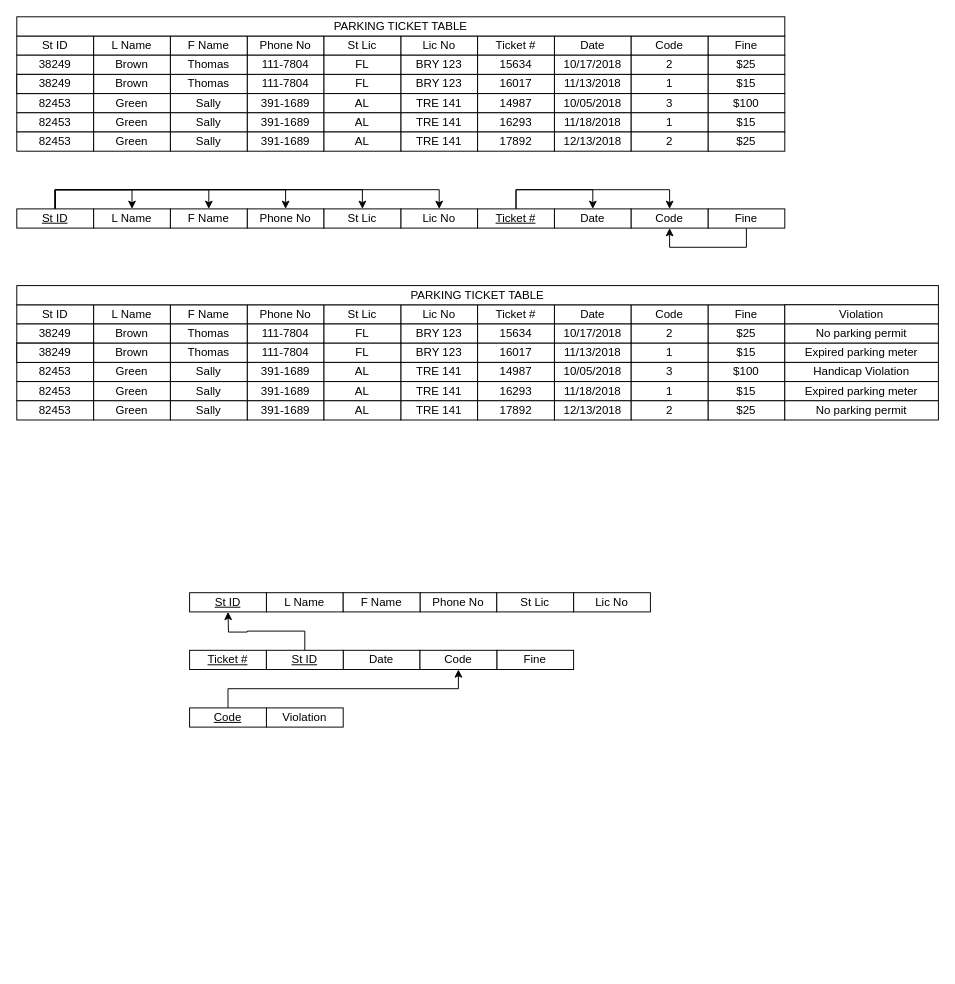
Above: homework3.drawio in ngimpWT/CIDM3350 (draw.io), before the change. Source tidied: cells renumbered, new cells numbered last; positions are measured from the earlier drawing's top-left corner, leaving out a move shared by most shapes. Both pictures are drawn from the tidied source at 96%, with x=0, y=0 at pixel (16, 16).
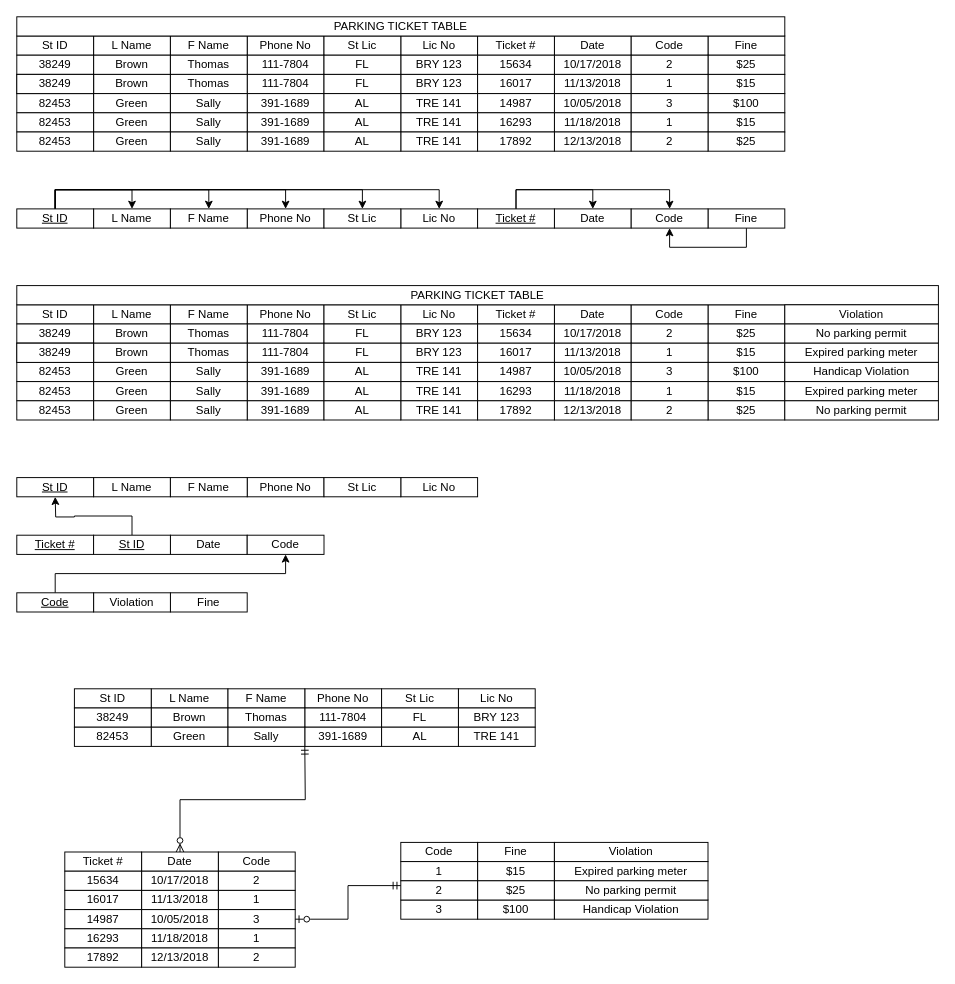
Above is the later version.

What changed in the source:
```diff
@@
     <mxCell id="82" value="L Name" style="rounded=0;whiteSpace=wrap;html=1;" parent="1" vertex="1">
-      <mxGeometry x="260" y="599.9" width="80" height="20" as="geometry" />
+      <mxGeometry x="80" y="480" width="80" height="20" as="geometry" />
     </mxCell>
     <mxCell id="83" value="&lt;u&gt;St ID&lt;/u&gt;" style="rounded=0;whiteSpace=wrap;html=1;" parent="1" vertex="1">
-      <mxGeometry x="180" y="599.9" width="80" height="20" as="geometry" />
+      <mxGeometry y="480" width="80" height="20" as="geometry" />
     </mxCell>
     <mxCell id="84" value="Phone No" style="rounded=0;whiteSpace=wrap;html=1;" parent="1" vertex="1">
-      <mxGeometry x="420" y="599.9" width="80" height="20" as="geometry" />
+      <mxGeometry x="240" y="480" width="80" height="20" as="geometry" />
     </mxCell>
     <mxCell id="85" value="F Name" style="rounded=0;whiteSpace=wrap;html=1;" parent="1" vertex="1">
-      <mxGeometry x="340" y="599.9" width="80" height="20" as="geometry" />
+      <mxGeometry x="160" y="480" width="80" height="20" as="geometry" />
     </mxCell>
     <mxCell id="86" value="Lic No" style="rounded=0;whiteSpace=wrap;html=1;" parent="1" vertex="1">
-      <mxGeometry x="580" y="599.9" width="80" height="20" as="geometry" />
+      <mxGeometry x="400" y="480" width="80" height="20" as="geometry" />
     </mxCell>
     <mxCell id="87" value="St Lic" style="rounded=0;whiteSpace=wrap;html=1;" parent="1" vertex="1">
-      <mxGeometry x="500" y="599.9" width="80" height="20" as="geometry" />
+      <mxGeometry x="320" y="480" width="80" height="20" as="geometry" />
     </mxCell>
     <mxCell id="88" value="Date" style="rounded=0;whiteSpace=wrap;html=1;" parent="1" vertex="1">
-      <mxGeometry x="340" y="659.9" width="80" height="20" as="geometry" />
+      <mxGeometry x="160" y="540" width="80" height="20" as="geometry" />
     </mxCell>
     <mxCell id="89" value="&lt;u&gt;Ticket #&lt;/u&gt;" style="rounded=0;whiteSpace=wrap;html=1;" parent="1" vertex="1">
-      <mxGeometry x="180" y="659.9" width="80" height="20" as="geometry" />
+      <mxGeometry y="540" width="80" height="20" as="geometry" />
     </mxCell>
     <mxCell id="90" value="Fine" style="rounded=0;whiteSpace=wrap;html=1;" parent="1" vertex="1">
-      <mxGeometry x="500" y="659.9" width="80" height="20" as="geometry" />
+      <mxGeometry x="160" y="600" width="80" height="20" as="geometry" />
     </mxCell>
     <mxCell id="91" value="Code" style="rounded=0;whiteSpace=wrap;html=1;" parent="1" vertex="1">
-      <mxGeometry x="420" y="659.9" width="80" height="20" as="geometry" />
+      <mxGeometry x="240" y="540" width="80" height="20" as="geometry" />
     </mxCell>
     <mxCell id="92" value="Violation" style="rounded=0;whiteSpace=wrap;html=1;" parent="1" vertex="1">
-      <mxGeometry x="260" y="719.9" width="80" height="20" as="geometry" />
+      <mxGeometry x="80" y="600" width="80" height="20" as="geometry" />
     </mxCell>
@@
     <mxCell id="94" value="&lt;u&gt;Code&lt;/u&gt;" style="rounded=0;whiteSpace=wrap;html=1;" parent="1" vertex="1">
-      <mxGeometry x="180" y="719.9" width="80" height="20" as="geometry" />
+      <mxGeometry y="600" width="80" height="20" as="geometry" />
     </mxCell>
     <mxCell id="95" style="edgeStyle=orthogonalEdgeStyle;rounded=0;jettySize=auto;html=1;exitX=0.5;exitY=0;exitDx=0;exitDy=0;" parent="1" edge="1" source="96">
       <mxGeometry relative="1" as="geometry">
-        <mxPoint x="220" y="619.9" as="targetPoint" />
+        <mxPoint x="40" y="500" as="targetPoint" />
       </mxGeometry>
     </mxCell>
     <mxCell id="96" value="&lt;u&gt;St ID&lt;/u&gt;" style="rounded=0;whiteSpace=wrap;html=1;" parent="1" vertex="1">
-      <mxGeometry x="260" y="659.9" width="80" height="20" as="geometry" />
+      <mxGeometry x="80" y="540" width="80" height="20" as="geometry" />
     </mxCell>
@@
+    <mxCell id="165" style="group;" parent="1" vertex="1">
+      <mxGeometry x="50" y="870" width="240" height="120" as="geometry" />
+    </mxCell>
+    <mxCell id="166" value="Date" style="rounded=0;whiteSpace=wrap;html=1;" parent="165" vertex="1">
+      <mxGeometry x="80" width="80" height="20" as="geometry" />
+    </mxCell>
+    <mxCell id="167" value="Ticket #" style="rounded=0;whiteSpace=wrap;html=1;" parent="165" vertex="1">
+      <mxGeometry width="80" height="20" as="geometry" />
+    </mxCell>
+    <mxCell id="168" value="Code" style="rounded=0;whiteSpace=wrap;html=1;" parent="165" vertex="1">
+      <mxGeometry x="160" width="80" height="20" as="geometry" />
+    </mxCell>
+    <mxCell id="169" value="10/17/2018" style="rounded=0;whiteSpace=wrap;html=1;" parent="165" vertex="1">
+      <mxGeometry x="80" y="20" width="80" height="20" as="geometry" />
+    </mxCell>
+    <mxCell id="170" value="15634" style="rounded=0;whiteSpace=wrap;html=1;" parent="165" vertex="1">
+      <mxGeometry y="20" width="80" height="20" as="geometry" />
+    </mxCell>
+    <mxCell id="171" value="2" style="rounded=0;whiteSpace=wrap;html=1;" parent="165" vertex="1">
+      <mxGeometry x="160" y="20" width="80" height="20" as="geometry" />
+    </mxCell>
+    <mxCell id="172" value="11/13/2018" style="rounded=0;whiteSpace=wrap;html=1;" parent="165" vertex="1">
+      <mxGeometry x="80" y="40" width="80" height="20" as="geometry" />
+    </mxCell>
+    <mxCell id="173" value="16017" style="rounded=0;whiteSpace=wrap;html=1;" parent="165" vertex="1">
+      <mxGeometry y="40" width="80" height="20" as="geometry" />
+    </mxCell>
+    <mxCell id="174" value="1" style="rounded=0;whiteSpace=wrap;html=1;" parent="165" vertex="1">
+      <mxGeometry x="160" y="40" width="80" height="20" as="geometry" />
+    </mxCell>
+    <mxCell id="175" value="10/05/2018" style="rounded=0;whiteSpace=wrap;html=1;" parent="165" vertex="1">
+      <mxGeometry x="80" y="60" width="80" height="20" as="geometry" />
+    </mxCell>
+    <mxCell id="176" value="14987" style="rounded=0;whiteSpace=wrap;html=1;" parent="165" vertex="1">
+      <mxGeometry y="60" width="80" height="20" as="geometry" />
+    </mxCell>
+    <mxCell id="177" value="3" style="rounded=0;whiteSpace=wrap;html=1;" parent="165" vertex="1">
+      <mxGeometry x="160" y="60" width="80" height="20" as="geometry" />
+    </mxCell>
+    <mxCell id="178" value="11/18/2018" style="rounded=0;whiteSpace=wrap;html=1;" parent="165" vertex="1">
+      <mxGeometry x="80" y="80" width="80" height="20" as="geometry" />
+    </mxCell>
+    <mxCell id="179" value="16293" style="rounded=0;whiteSpace=wrap;html=1;" parent="165" vertex="1">
+      <mxGeometry y="80" width="80" height="20" as="geometry" />
+    </mxCell>
+    <mxCell id="180" value="1" style="rounded=0;whiteSpace=wrap;html=1;" parent="165" vertex="1">
+      <mxGeometry x="160" y="80" width="80" height="20" as="geometry" />
+    </mxCell>
+    <mxCell id="181" value="12/13/2018" style="rounded=0;whiteSpace=wrap;html=1;" parent="165" vertex="1">
+      <mxGeometry x="80" y="100" width="80" height="20" as="geometry" />
+    </mxCell>
+    <mxCell id="182" value="17892" style="rounded=0;whiteSpace=wrap;html=1;" parent="165" vertex="1">
+      <mxGeometry y="100" width="80" height="20" as="geometry" />
+    </mxCell>
+    <mxCell id="183" value="2" style="rounded=0;whiteSpace=wrap;html=1;" parent="165" vertex="1">
+      <mxGeometry x="160" y="100" width="80" height="20" as="geometry" />
+    </mxCell>
+    <mxCell id="184" style="group;" parent="1" vertex="1">
+      <mxGeometry x="400" y="860" width="320" height="80" as="geometry" />
+    </mxCell>
+    <mxCell id="185" value="Fine" style="rounded=0;whiteSpace=wrap;html=1;" parent="184" vertex="1">
+      <mxGeometry x="80" width="80" height="20" as="geometry" />
+    </mxCell>
+    <mxCell id="186" value="Code" style="rounded=0;whiteSpace=wrap;html=1;" parent="184" vertex="1">
+      <mxGeometry width="80" height="20" as="geometry" />
+    </mxCell>
+    <mxCell id="187" value="$15" style="rounded=0;whiteSpace=wrap;html=1;" parent="184" vertex="1">
+      <mxGeometry x="80" y="20" width="80" height="20" as="geometry" />
+    </mxCell>
+    <mxCell id="188" value="1" style="rounded=0;whiteSpace=wrap;html=1;" parent="184" vertex="1">
+      <mxGeometry y="20" width="80" height="20" as="geometry" />
+    </mxCell>
+    <mxCell id="189" value="$100" style="rounded=0;whiteSpace=wrap;html=1;" parent="184" vertex="1">
+      <mxGeometry x="80" y="60" width="80" height="20" as="geometry" />
+    </mxCell>
+    <mxCell id="190" value="3" style="rounded=0;whiteSpace=wrap;html=1;" parent="184" vertex="1">
+      <mxGeometry y="60" width="80" height="20" as="geometry" />
+    </mxCell>
+    <mxCell id="191" value="$25" style="rounded=0;whiteSpace=wrap;html=1;" parent="184" vertex="1">
+      <mxGeometry x="80" y="40" width="80" height="20" as="geometry" />
+    </mxCell>
+    <mxCell id="192" value="2" style="rounded=0;whiteSpace=wrap;html=1;" parent="184" vertex="1">
+      <mxGeometry y="40" width="80" height="20" as="geometry" />
+    </mxCell>
+    <mxCell id="193" value="Violation" style="rounded=0;whiteSpace=wrap;html=1;" parent="184" vertex="1">
+      <mxGeometry x="160" width="160" height="20" as="geometry" />
+    </mxCell>
+    <mxCell id="194" value="Expired parking meter" style="rounded=0;whiteSpace=wrap;html=1;" parent="184" vertex="1">
+      <mxGeometry x="160" y="20" width="160" height="20" as="geometry" />
+    </mxCell>
+    <mxCell id="195" value="Handicap Violation" style="rounded=0;whiteSpace=wrap;html=1;" parent="184" vertex="1">
+      <mxGeometry x="160" y="60" width="160" height="20" as="geometry" />
+    </mxCell>
+    <mxCell id="196" value="No parking permit" style="rounded=0;whiteSpace=wrap;html=1;" parent="184" vertex="1">
+      <mxGeometry x="160" y="40" width="160" height="20" as="geometry" />
+    </mxCell>
+    <mxCell id="197" style="group;" parent="1" vertex="1">
+      <mxGeometry x="60" y="700" width="480" height="60" as="geometry" />
+    </mxCell>
+    <mxCell id="198" value="L Name" style="rounded=0;whiteSpace=wrap;html=1;" parent="197" vertex="1">
+      <mxGeometry x="80" width="80" height="20" as="geometry" />
+    </mxCell>
+    <mxCell id="199" value="St ID" style="rounded=0;whiteSpace=wrap;html=1;" parent="197" vertex="1">
+      <mxGeometry width="80" height="20" as="geometry" />
+    </mxCell>
+    <mxCell id="200" value="Phone No" style="rounded=0;whiteSpace=wrap;html=1;" parent="197" vertex="1">
+      <mxGeometry x="240" width="80" height="20" as="geometry" />
+    </mxCell>
+    <mxCell id="201" value="F Name" style="rounded=0;whiteSpace=wrap;html=1;" parent="197" vertex="1">
+      <mxGeometry x="160" width="80" height="20" as="geometry" />
+    </mxCell>
+    <mxCell id="202" value="Lic No" style="rounded=0;whiteSpace=wrap;html=1;" parent="197" vertex="1">
+      <mxGeometry x="400" width="80" height="20" as="geometry" />
+    </mxCell>
+    <mxCell id="203" value="St Lic" style="rounded=0;whiteSpace=wrap;html=1;" parent="197" vertex="1">
+      <mxGeometry x="320" width="80" height="20" as="geometry" />
+    </mxCell>
+    <mxCell id="204" value="Brown" style="rounded=0;whiteSpace=wrap;html=1;" parent="197" vertex="1">
+      <mxGeometry x="80" y="20" width="80" height="20" as="geometry" />
+    </mxCell>
+    <mxCell id="205" value="38249" style="rounded=0;whiteSpace=wrap;html=1;" parent="197" vertex="1">
+      <mxGeometry y="20" width="80" height="20" as="geometry" />
+    </mxCell>
+    <mxCell id="206" value="&lt;div&gt;111-7804&lt;/div&gt;" style="rounded=0;whiteSpace=wrap;html=1;" parent="197" vertex="1">
+      <mxGeometry x="240" y="20" width="80" height="20" as="geometry" />
+    </mxCell>
+    <mxCell id="207" value="Thomas" style="rounded=0;whiteSpace=wrap;html=1;" parent="197" vertex="1">
+      <mxGeometry x="160" y="20" width="80" height="20" as="geometry" />
+    </mxCell>
+    <mxCell id="208" value="BRY 123" style="rounded=0;whiteSpace=wrap;html=1;" parent="197" vertex="1">
+      <mxGeometry x="400" y="20" width="80" height="20" as="geometry" />
+    </mxCell>
+    <mxCell id="209" value="FL" style="rounded=0;whiteSpace=wrap;html=1;" parent="197" vertex="1">
+      <mxGeometry x="320" y="20" width="80" height="20" as="geometry" />
+    </mxCell>
+    <mxCell id="210" value="Green" style="rounded=0;whiteSpace=wrap;html=1;" parent="197" vertex="1">
+      <mxGeometry x="80" y="40" width="80" height="20" as="geometry" />
+    </mxCell>
+    <mxCell id="211" value="82453" style="rounded=0;whiteSpace=wrap;html=1;" parent="197" vertex="1">
+      <mxGeometry y="40" width="80" height="20" as="geometry" />
+    </mxCell>
+    <mxCell id="212" value="391-1689" style="rounded=0;whiteSpace=wrap;html=1;" parent="197" vertex="1">
+      <mxGeometry x="240" y="40" width="80" height="20" as="geometry" />
+    </mxCell>
+    <mxCell id="213" value="Sally" style="rounded=0;whiteSpace=wrap;html=1;" parent="197" vertex="1">
+      <mxGeometry x="160" y="40" width="80" height="20" as="geometry" />
+    </mxCell>
+    <mxCell id="214" value="TRE 141" style="rounded=0;whiteSpace=wrap;html=1;" parent="197" vertex="1">
+      <mxGeometry x="400" y="40" width="80" height="20" as="geometry" />
+    </mxCell>
+    <mxCell id="215" value="AL" style="rounded=0;whiteSpace=wrap;html=1;" parent="197" vertex="1">
+      <mxGeometry x="320" y="40" width="80" height="20" as="geometry" />
+    </mxCell>
+    <mxCell id="216" style="edgeStyle=orthogonalEdgeStyle;rounded=0;jettySize=auto;html=1;exitX=0.5;exitY=0;exitDx=0;exitDy=0;endArrow=ERmandOne;endFill=0;startArrow=ERzeroToMany;startFill=0;" parent="1" edge="1" source="166">
+      <mxGeometry relative="1" as="geometry">
+        <mxPoint x="300" y="760" as="targetPoint" />
+      </mxGeometry>
+    </mxCell>
+    <mxCell id="217" style="edgeStyle=orthogonalEdgeStyle;rounded=0;jettySize=auto;html=1;entryX=0;entryY=0.25;entryDx=0;entryDy=0;endArrow=ERmandOne;endFill=0;startArrow=ERzeroToOne;startFill=0;" parent="1" edge="1" source="177" target="192">
+      <mxGeometry relative="1" as="geometry" />
+    </mxCell>
```
